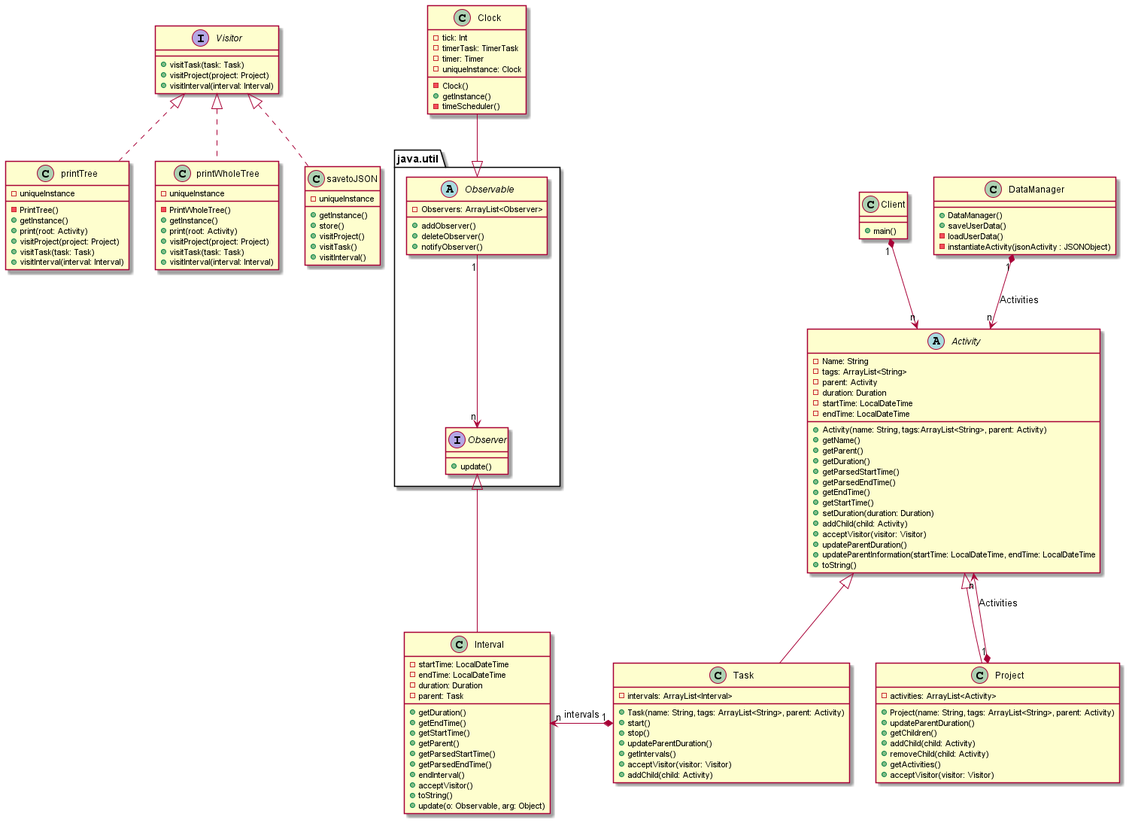
Above: Time_Tracker/DSTimeTracker.png in quimcamprubi/DS_Time_Tracker (PlantUML), before the change.
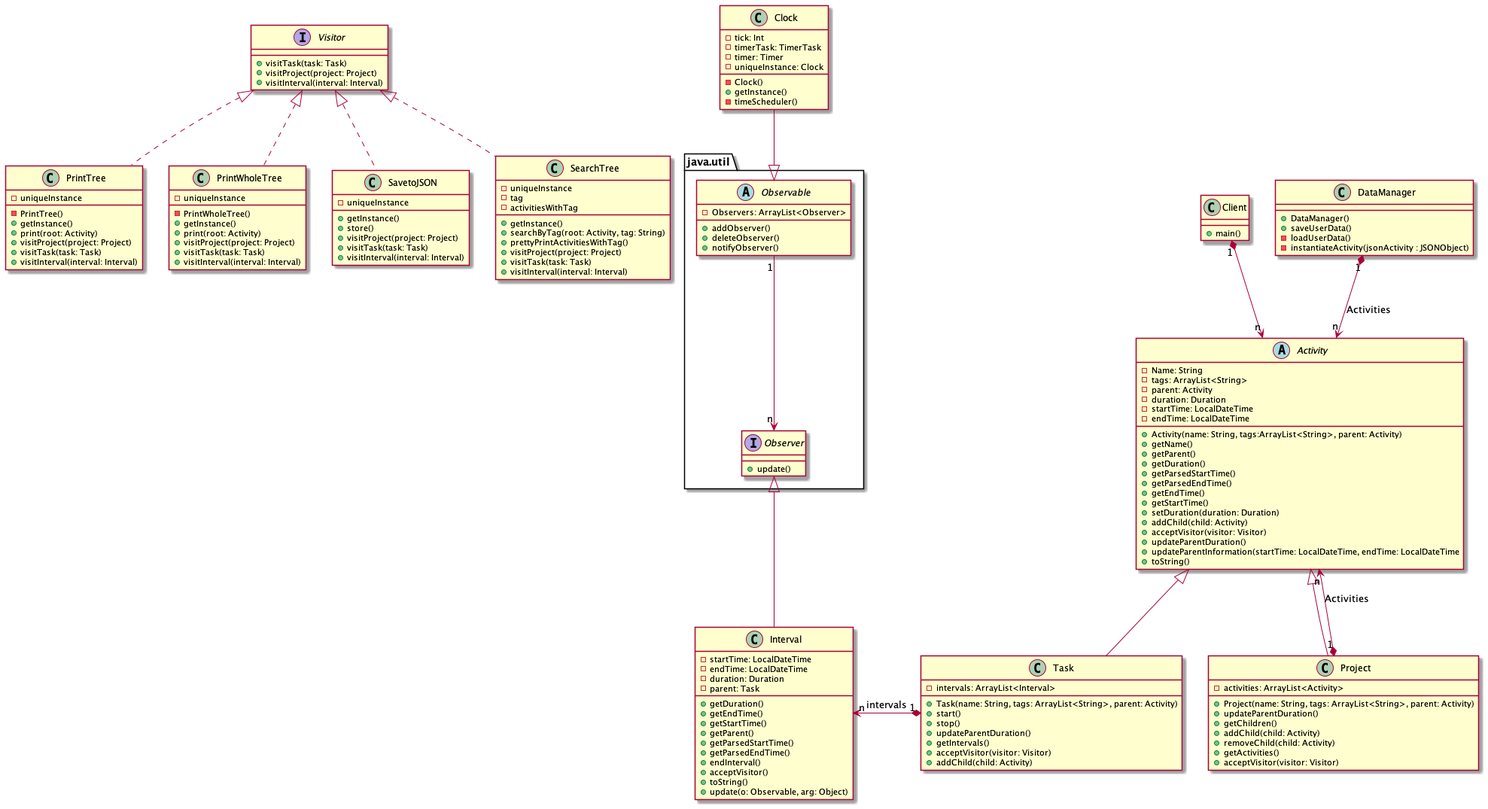
Above is the later version.

What changed in the source:
```diff
@@ -52,7 +52,7 @@
 + visitInterval(interval: Interval)
 }
 
-class printTree {
+class PrintTree {
 - uniqueInstance
 - PrintTree()
 + getInstance()
@@ -62,7 +62,7 @@
 + visitInterval(interval: Interval)
 }
 
-class printWholeTree {
+class PrintWholeTree {
 - uniqueInstance
 - PrintWholeTree()
 + getInstance()
@@ -72,15 +72,26 @@
 + visitInterval(interval: Interval)
 }
 
-class savetoJSON {
+class SavetoJSON {
 - uniqueInstance
 + getInstance()
 + store()
-+ visitProject()
-+ visitTask()
-+ visitInterval()
++ visitProject(project: Project)
++ visitTask(task: Task)
++ visitInterval(interval: Interval)
 }
 
+class SearchTree {
+- uniqueInstance
+- tag
+- activitiesWithTag
++ getInstance()
++ searchByTag(root: Activity, tag: String)
++ prettyPrintActivitiesWithTag()
++ visitProject(project: Project)
++ visitTask(task: Task)
++ visitInterval(interval: Interval)
+}
 
 class Interval{
 - startTime: LocalDateTime
@@ -141,8 +152,9 @@
 Observable "1" -Down-> "n" Observer
 Interval -up-|> Observer
 Task -[hidden]right-> Project
-printTree .up.|> Visitor
-printWholeTree .up.|> Visitor
-savetoJSON .up.|> Visitor
+PrintTree .up.|> Visitor
+PrintWholeTree .up.|> Visitor
+SavetoJSON .up.|> Visitor
+SearchTree .up.|> Visitor
 
 @enduml
```
